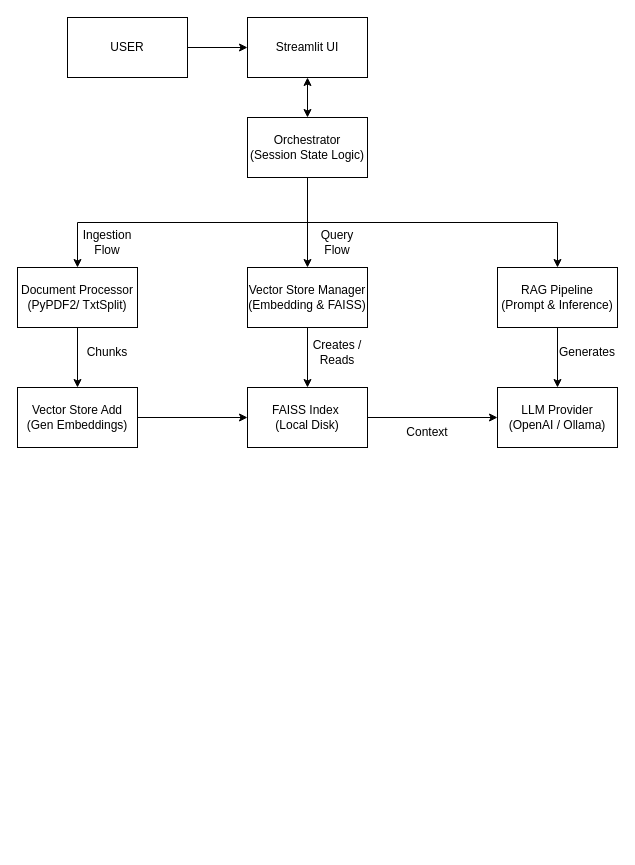
Above: page "High-Level System Architecture" (1 of 4) of architecture.drawio in JaideepBgit/Mini-RAG-Assistant (draw.io), before the change. Source tidied: cells renumbered, new cells numbered last; positions are measured from the earlier drawing's top-left corner, leaving out a move shared by most shapes. Both pictures are drawn from the tidied source at 100%, with x=0, y=0 at pixel (17, 17).
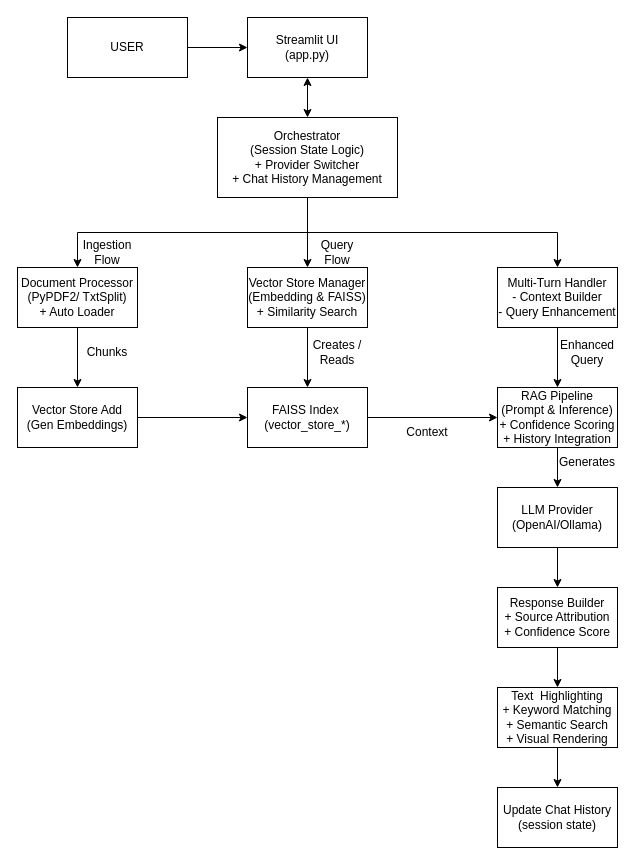
Above is the later version.

The edit, as a diff of the source:
```diff
@@
-    <mxCell id="3" value="Streamlit UI" style="rounded=0;whiteSpace=wrap;html=1;" parent="1" vertex="1">
+    <mxCell id="3" value="Streamlit UI&lt;div&gt;(app.py)&lt;/div&gt;" style="rounded=0;whiteSpace=wrap;html=1;" parent="1" vertex="1">
       <mxGeometry x="230" width="120" height="60" as="geometry" />
     </mxCell>
-    <mxCell id="4" value="Orchestrator&lt;div&gt;(Session State Logic)&lt;/div&gt;" style="rounded=0;whiteSpace=wrap;html=1;" parent="1" vertex="1">
-      <mxGeometry x="230" y="100" width="120" height="60" as="geometry" />
+    <mxCell id="4" value="Orchestrator&lt;div&gt;(Session State Logic)&lt;/div&gt;&lt;div&gt;+ Provider Switcher&lt;/div&gt;&lt;div&gt;+ Chat History Management&lt;/div&gt;" style="rounded=0;whiteSpace=wrap;html=1;" parent="1" vertex="1">
+      <mxGeometry x="200" y="100" width="180" height="80" as="geometry" />
     </mxCell>
@@
-    <mxCell id="7" value="Document Processor&lt;div&gt;(PyPDF2/ TxtSplit)&lt;/div&gt;" style="rounded=0;whiteSpace=wrap;html=1;" parent="1" vertex="1">
+    <mxCell id="7" value="Document Processor&lt;div&gt;(PyPDF2/ TxtSplit)&lt;/div&gt;&lt;div&gt;+ Auto Loader&lt;/div&gt;" style="rounded=0;whiteSpace=wrap;html=1;" parent="1" vertex="1">
       <mxGeometry y="250" width="120" height="60" as="geometry" />
     </mxCell>
-    <mxCell id="8" value="Vector Store Manager&lt;div&gt;(Embedding &amp;amp; FAISS)&lt;/div&gt;" style="rounded=0;whiteSpace=wrap;html=1;" parent="1" vertex="1">
+    <mxCell id="8" value="Vector Store Manager&lt;div&gt;(Embedding &amp;amp; FAISS)&lt;/div&gt;&lt;div&gt;+ Similarity Search&lt;/div&gt;" style="rounded=0;whiteSpace=wrap;html=1;" parent="1" vertex="1">
       <mxGeometry x="230" y="250" width="120" height="60" as="geometry" />
     </mxCell>
-    <mxCell id="9" value="RAG Pipeline&lt;div&gt;(Prompt &amp;amp; Inference)&lt;/div&gt;" style="rounded=0;whiteSpace=wrap;html=1;" parent="1" vertex="1">
+    <mxCell id="9" value="Multi-Turn Handler&lt;div&gt;- Context Builder&lt;/div&gt;&lt;div&gt;- Query Enhancement&lt;/div&gt;" style="rounded=0;whiteSpace=wrap;html=1;" parent="1" vertex="1">
       <mxGeometry x="480" y="250" width="120" height="60" as="geometry" />
     </mxCell>
@@
     <mxCell id="13" value="Ingestion Flow" style="text;html=1;align=center;verticalAlign=middle;whiteSpace=wrap;rounded=0;" parent="1" vertex="1">
-      <mxGeometry x="60" y="210" width="60" height="30" as="geometry" />
+      <mxGeometry x="60" y="220" width="60" height="30" as="geometry" />
     </mxCell>
     <mxCell id="14" value="Query Flow" style="text;html=1;align=center;verticalAlign=middle;whiteSpace=wrap;rounded=0;" parent="1" vertex="1">
-      <mxGeometry x="290" y="210" width="60" height="30" as="geometry" />
+      <mxGeometry x="290" y="220" width="60" height="30" as="geometry" />
     </mxCell>
@@
-    <mxCell id="16" value="FAISS Index&amp;nbsp;&lt;div&gt;(Local Disk)&lt;/div&gt;" style="rounded=0;whiteSpace=wrap;html=1;" parent="1" vertex="1">
+    <mxCell id="16" value="FAISS Index&amp;nbsp;&lt;div&gt;(vector_store_*)&lt;/div&gt;" style="rounded=0;whiteSpace=wrap;html=1;" parent="1" vertex="1">
       <mxGeometry x="230" y="370" width="120" height="60" as="geometry" />
     </mxCell>
-    <mxCell id="17" value="LLM Provider&lt;div&gt;(OpenAI / Ollama)&lt;/div&gt;" style="rounded=0;whiteSpace=wrap;html=1;" parent="1" vertex="1">
+    <mxCell id="17" value="&lt;div&gt;RAG Pipeline (Prompt &amp;amp; Inference)&lt;/div&gt;&lt;div&gt;+ Confidence Scoring&lt;/div&gt;&lt;div&gt;+ History Integration&lt;/div&gt;" style="rounded=0;whiteSpace=wrap;html=1;" parent="1" vertex="1">
       <mxGeometry x="480" y="370" width="120" height="60" as="geometry" />
     </mxCell>
@@
-    <mxCell id="26" value="Generates" style="text;html=1;align=center;verticalAlign=middle;whiteSpace=wrap;rounded=0;" parent="1" vertex="1">
+    <mxCell id="26" value="Enhanced Query" style="text;html=1;align=center;verticalAlign=middle;whiteSpace=wrap;rounded=0;" parent="1" vertex="1">
       <mxGeometry x="540" y="320" width="60" height="30" as="geometry" />
     </mxCell>
+    <mxCell id="27" value="LLM Provider (OpenAI/Ollama)" style="rounded=0;whiteSpace=wrap;html=1;" parent="1" vertex="1">
+      <mxGeometry x="480" y="470" width="120" height="60" as="geometry" />
+    </mxCell>
+    <mxCell id="28" style="endArrow=classic;html=1;rounded=0;exitX=0.5;exitY=1;exitDx=0;exitDy=0;entryX=0.5;entryY=0;entryDx=0;entryDy=0;" parent="1" edge="1" source="17" target="27">
+      <mxGeometry relative="1" as="geometry" />
+    </mxCell>
+    <mxCell id="29" value="Generates" style="text;html=1;align=center;verticalAlign=middle;whiteSpace=wrap;rounded=0;" parent="1" vertex="1">
+      <mxGeometry x="540" y="430" width="60" height="30" as="geometry" />
+    </mxCell>
+    <mxCell id="30" value="Response Builder&lt;div&gt;+ Source Attribution&lt;/div&gt;&lt;div&gt;+ Confidence Score&lt;/div&gt;" style="rounded=0;whiteSpace=wrap;html=1;" parent="1" vertex="1">
+      <mxGeometry x="480" y="570" width="120" height="60" as="geometry" />
+    </mxCell>
+    <mxCell id="31" style="endArrow=classic;html=1;rounded=0;exitX=0.5;exitY=1;exitDx=0;exitDy=0;" parent="1" edge="1" source="27" target="30">
+      <mxGeometry relative="1" as="geometry" />
+    </mxCell>
+    <mxCell id="32" value="Text&amp;nbsp; Highlighting&lt;div&gt;+ Keyword Matching&lt;/div&gt;&lt;div&gt;+ Semantic Search&lt;/div&gt;&lt;div&gt;+ Visual Rendering&lt;/div&gt;" style="rounded=0;whiteSpace=wrap;html=1;" parent="1" vertex="1">
+      <mxGeometry x="480" y="670" width="120" height="60" as="geometry" />
+    </mxCell>
+    <mxCell id="33" style="endArrow=classic;html=1;rounded=0;exitX=0.5;exitY=1;exitDx=0;exitDy=0;entryX=0.5;entryY=0;entryDx=0;entryDy=0;" parent="1" edge="1" source="30" target="32">
+      <mxGeometry relative="1" as="geometry" />
+    </mxCell>
+    <mxCell id="34" value="Update Chat History&lt;div&gt;(session state)&lt;/div&gt;" style="rounded=0;whiteSpace=wrap;html=1;" parent="1" vertex="1">
+      <mxGeometry x="480" y="770" width="120" height="60" as="geometry" />
+    </mxCell>
+    <mxCell id="35" style="endArrow=classic;html=1;rounded=0;exitX=0.5;exitY=1;exitDx=0;exitDy=0;entryX=0.5;entryY=0;entryDx=0;entryDy=0;" parent="1" edge="1" source="32" target="34">
+      <mxGeometry relative="1" as="geometry" />
+    </mxCell>
```
